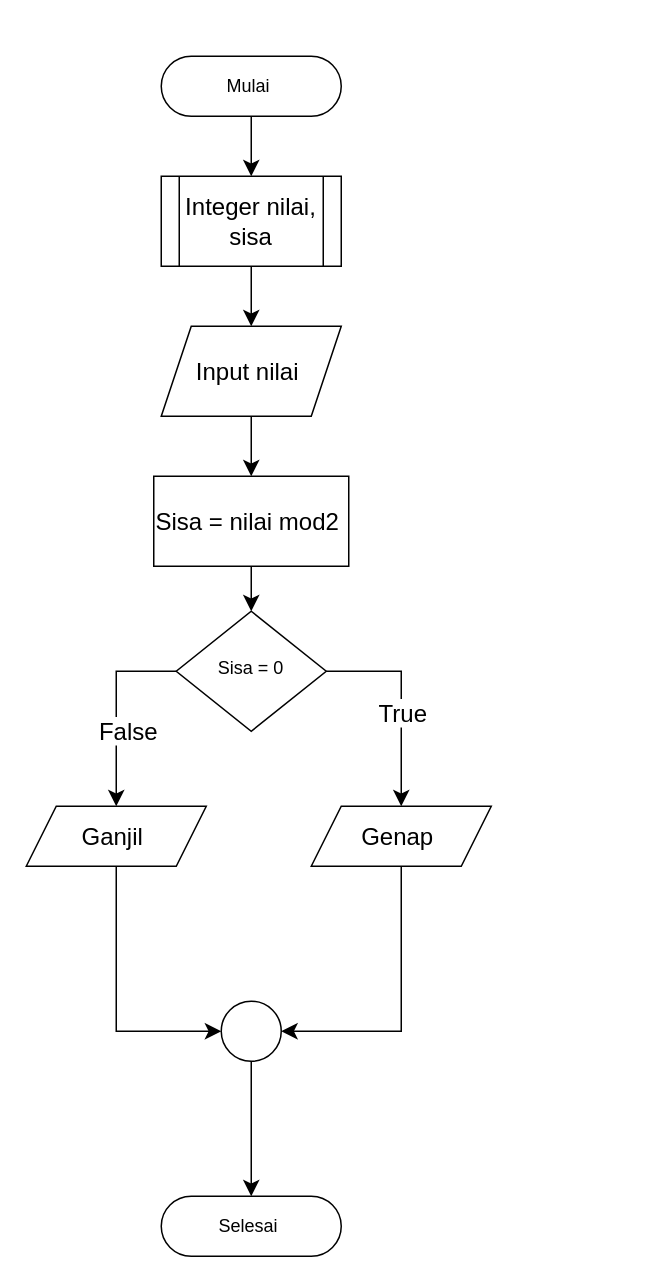
Earlier version of the draw.io diagram Tugas bilangan ganjil genap 23241091_1C.drawio (Xnowly/Algo_C_23241091). Source tidied: cells renumbered, new cells numbered last; positions are measured from the earlier drawing's top-left corner, leaving out a move shared by most shapes. Both pictures are drawn from the tidied source at 150%, with x=0, y=0 at pixel (26, 56).
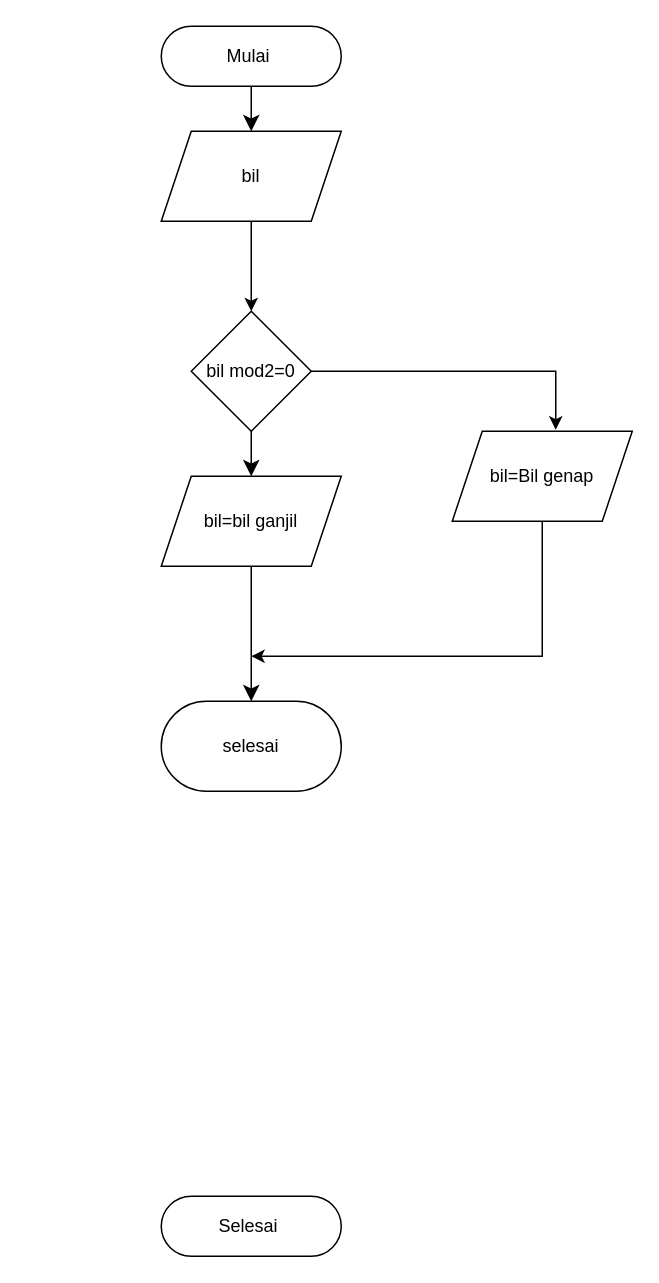
The same diagram, later.

Unchanged cells that the change refers to:
```xml
<mxCell id="3" value="Selesai&amp;nbsp;" style="rounded=1;whiteSpace=wrap;html=1;fontSize=12;glass=0;strokeWidth=1;shadow=0;arcSize=50;" parent="1" vertex="1">
  <mxGeometry x="90" y="760" width="120" height="40" as="geometry" />
</mxCell>
```

Change to the diagram source:
```diff
@@
-    <mxCell id="2" value="Sisa = 0" style="rhombus;whiteSpace=wrap;html=1;shadow=0;fontFamily=Helvetica;fontSize=12;align=center;strokeWidth=1;spacing=6;spacingTop=-4;" parent="1" vertex="1">
-      <mxGeometry x="100" y="370" width="100" height="80" as="geometry" />
-    </mxCell>
@@
     <mxCell id="4" value="Mulai&amp;nbsp;" style="rounded=1;whiteSpace=wrap;html=1;fontSize=12;glass=0;strokeWidth=1;shadow=0;arcSize=50;" parent="1" vertex="1">
-      <mxGeometry x="90" width="120" height="40" as="geometry" />
+      <mxGeometry x="90" y="-20" width="120" height="40" as="geometry" />
     </mxCell>
-    <mxCell id="5" value="Integer nilai, sisa" style="shape=process;whiteSpace=wrap;html=1;backgroundOutline=1;fontSize=16;" parent="1" vertex="1">
-      <mxGeometry x="90" y="80" width="120" height="60" as="geometry" />
-    </mxCell>
-    <mxCell id="6" value="Input nilai&amp;nbsp;" style="shape=parallelogram;perimeter=parallelogramPerimeter;whiteSpace=wrap;html=1;fixedSize=1;fontSize=16;" parent="1" vertex="1">
-      <mxGeometry x="90" y="180" width="120" height="60" as="geometry" />
-    </mxCell>
-    <mxCell id="7" value="Sisa = nilai mod2&amp;nbsp;" style="whiteSpace=wrap;html=1;fontSize=16;" parent="1" vertex="1">
-      <mxGeometry x="85" y="280" width="130" height="60" as="geometry" />
-    </mxCell>
-    <mxCell id="8" value="Ganjil&amp;nbsp;" style="shape=parallelogram;perimeter=parallelogramPerimeter;whiteSpace=wrap;html=1;fixedSize=1;fontSize=16;" parent="1" vertex="1">
-      <mxGeometry y="500" width="120" height="40" as="geometry" />
-    </mxCell>
-    <mxCell id="9" value="Genap&amp;nbsp;" style="shape=parallelogram;perimeter=parallelogramPerimeter;whiteSpace=wrap;html=1;fixedSize=1;fontSize=16;" parent="1" vertex="1">
-      <mxGeometry x="190" y="500" width="120" height="40" as="geometry" />
-    </mxCell>
-    <mxCell id="10" style="edgeStyle=none;curved=1;rounded=0;orthogonalLoop=1;jettySize=auto;html=1;entryX=1;entryY=0.5;entryDx=0;entryDy=0;fontSize=12;startSize=8;endSize=8;" parent="1" edge="1" source="11" target="11">
-      <mxGeometry relative="1" as="geometry" />
-    </mxCell>
-    <mxCell id="11" style="ellipse;whiteSpace=wrap;html=1;fontSize=16;" parent="1" vertex="1">
-      <mxGeometry x="130" y="630" width="40" height="40" as="geometry" />
-    </mxCell>
-    <mxCell id="12" style="edgeStyle=none;jettySize=auto;html=1;rounded=0;fontSize=12;startSize=8;endSize=8;curved=1;exitX=0.5;exitY=1;exitDx=0;exitDy=0;entryX=0.5;entryY=0;entryDx=0;entryDy=0;" parent="1" edge="1" source="4" target="5">
+    <mxCell id="12" style="edgeStyle=none;jettySize=auto;html=1;rounded=0;fontSize=12;startSize=8;endSize=8;curved=1;exitX=0.5;exitY=1;exitDx=0;exitDy=0;entryX=0.5;entryY=0;entryDx=0;entryDy=0;" parent="1" edge="1" source="4" target="24">
       <mxGeometry relative="1" as="geometry" />
     </mxCell>
-    <mxCell id="13" style="edgeStyle=none;jettySize=auto;html=1;rounded=0;fontSize=12;startSize=8;endSize=8;curved=1;exitX=0.5;exitY=1;exitDx=0;exitDy=0;entryX=0.5;entryY=0;entryDx=0;entryDy=0;" parent="1" edge="1" source="5" target="6">
-      <mxGeometry relative="1" as="geometry" />
-    </mxCell>
-    <mxCell id="14" style="edgeStyle=none;jettySize=auto;html=1;rounded=0;fontSize=12;startSize=8;endSize=8;curved=1;entryX=0.5;entryY=0;entryDx=0;entryDy=0;exitX=0.5;exitY=1;exitDx=0;exitDy=0;" parent="1" edge="1" source="7" target="2">
-      <mxGeometry relative="1" as="geometry" />
+    <mxCell id="14" style="edgeStyle=none;jettySize=auto;html=1;rounded=0;fontSize=12;startSize=8;endSize=8;curved=1;entryX=0.5;entryY=0;entryDx=0;entryDy=0;exitX=0.5;exitY=1;exitDx=0;exitDy=0;" parent="1" edge="1" target="30">
+      <mxGeometry relative="1" as="geometry">
+        <mxPoint x="150" y="340" as="sourcePoint" />
+      </mxGeometry>
     </mxCell>
-    <mxCell id="15" style="edgeStyle=none;jettySize=auto;html=1;rounded=0;fontSize=12;startSize=8;endSize=8;curved=1;exitX=0.5;exitY=1;exitDx=0;exitDy=0;entryX=0.5;entryY=0;entryDx=0;entryDy=0;" parent="1" edge="1" source="6" target="7">
-      <mxGeometry relative="1" as="geometry" />
+    <mxCell id="15" style="edgeStyle=none;jettySize=auto;html=1;rounded=0;fontSize=12;startSize=8;endSize=8;curved=1;exitX=0.5;exitY=1;exitDx=0;exitDy=0;entryX=0.5;entryY=0;entryDx=0;entryDy=0;" parent="1" edge="1" target="26">
+      <mxGeometry relative="1" as="geometry">
+        <mxPoint x="150" y="240" as="sourcePoint" />
+      </mxGeometry>
     </mxCell>
-    <mxCell id="16" style="edgeStyle=segmentEdgeStyle;endArrow=classic;html=1;curved=0;rounded=0;endSize=8;startSize=8;sourcePerimeterSpacing=0;targetPerimeterSpacing=0;fontSize=12;exitX=0;exitY=0.5;exitDx=0;exitDy=0;entryX=0.5;entryY=0;entryDx=0;entryDy=0;" parent="1" edge="1" source="2" target="8">
-      <mxGeometry relative="1" as="geometry">
-        <Array as="points">
-          <mxPoint x="60" y="410" />
-        </Array>
-      </mxGeometry>
-    </mxCell>
-    <mxCell id="17" value="False" style="edgeLabel;html=1;align=center;verticalAlign=middle;fontSize=16;" parent="16" vertex="1">
-      <mxGeometry x="0.22" y="7" relative="1" as="geometry" />
-    </mxCell>
-    <mxCell id="18" style="edgeStyle=segmentEdgeStyle;endArrow=classic;html=1;curved=0;rounded=0;endSize=8;startSize=8;sourcePerimeterSpacing=0;targetPerimeterSpacing=0;fontSize=12;exitX=1;exitY=0.5;exitDx=0;exitDy=0;entryX=0.5;entryY=0;entryDx=0;entryDy=0;" parent="1" edge="1" source="2" target="9">
-      <mxGeometry relative="1" as="geometry">
-        <Array as="points">
-          <mxPoint x="250" y="410" />
-        </Array>
-      </mxGeometry>
-    </mxCell>
-    <mxCell id="19" value="True" style="edgeLabel;html=1;align=center;verticalAlign=middle;fontSize=16;" parent="18" vertex="1">
-      <mxGeometry x="0.1" relative="1" as="geometry" />
-    </mxCell>
-    <mxCell id="20" style="edgeStyle=segmentEdgeStyle;endArrow=classic;html=1;curved=0;rounded=0;endSize=8;startSize=8;sourcePerimeterSpacing=0;targetPerimeterSpacing=0;fontSize=12;exitX=0.5;exitY=1;exitDx=0;exitDy=0;entryX=0;entryY=0.5;entryDx=0;entryDy=0;" parent="1" edge="1" source="8" target="11">
-      <mxGeometry relative="1" as="geometry">
-        <Array as="points">
-          <mxPoint x="60" y="650" />
-        </Array>
-      </mxGeometry>
-    </mxCell>
-    <mxCell id="21" style="edgeStyle=segmentEdgeStyle;endArrow=classic;html=1;curved=0;rounded=0;endSize=8;startSize=8;sourcePerimeterSpacing=0;targetPerimeterSpacing=0;fontSize=12;exitX=0.5;exitY=1;exitDx=0;exitDy=0;entryX=1;entryY=0.5;entryDx=0;entryDy=0;" parent="1" edge="1" source="9" target="11">
-      <mxGeometry relative="1" as="geometry">
-        <Array as="points">
-          <mxPoint x="250" y="650" />
-        </Array>
-      </mxGeometry>
-    </mxCell>
-    <mxCell id="22" style="edgeStyle=none;jettySize=auto;html=1;rounded=0;fontSize=12;startSize=8;endSize=8;curved=1;entryX=0.5;entryY=0;entryDx=0;entryDy=0;exitX=0.5;exitY=1;exitDx=0;exitDy=0;" parent="1" edge="1" source="11" target="3">
-      <mxGeometry relative="1" as="geometry" />
-    </mxCell>
+    <mxCell id="23" style="edgeStyle=orthogonalEdgeStyle;rounded=0;jettySize=auto;html=1;entryX=0.5;entryY=0;entryDx=0;entryDy=0;" parent="1" edge="1" source="24" target="25">
+      <mxGeometry relative="1" as="geometry" />
+    </mxCell>
+    <mxCell id="24" value="bil" style="shape=parallelogram;perimeter=parallelogramPerimeter;whiteSpace=wrap;html=1;fixedSize=1;" parent="1" vertex="1">
+      <mxGeometry x="90" y="50" width="120" height="60" as="geometry" />
+    </mxCell>
+    <mxCell id="25" value="&lt;div&gt;bil mod2=0&lt;/div&gt;" style="rhombus;whiteSpace=wrap;html=1;" parent="1" vertex="1">
+      <mxGeometry x="110" y="170" width="80" height="80" as="geometry" />
+    </mxCell>
+    <mxCell id="26" value="bil=bil ganjil" style="shape=parallelogram;perimeter=parallelogramPerimeter;whiteSpace=wrap;html=1;fixedSize=1;" parent="1" vertex="1">
+      <mxGeometry x="90" y="280" width="120" height="60" as="geometry" />
+    </mxCell>
+    <mxCell id="27" style="edgeStyle=orthogonalEdgeStyle;rounded=0;jettySize=auto;html=1;exitX=0.5;exitY=1;exitDx=0;exitDy=0;" parent="1" edge="1" source="28">
+      <mxGeometry relative="1" as="geometry">
+        <mxPoint x="150" y="400" as="targetPoint" />
+        <Array as="points">
+          <mxPoint x="344" y="400" />
+        </Array>
+      </mxGeometry>
+    </mxCell>
+    <mxCell id="28" value="bil=Bil genap" style="shape=parallelogram;perimeter=parallelogramPerimeter;whiteSpace=wrap;html=1;fixedSize=1;" parent="1" vertex="1">
+      <mxGeometry x="284" y="250" width="120" height="60" as="geometry" />
+    </mxCell>
+    <mxCell id="29" style="edgeStyle=orthogonalEdgeStyle;rounded=0;jettySize=auto;html=1;exitX=1;exitY=0.5;exitDx=0;exitDy=0;entryX=0.575;entryY=-0.017;entryDx=0;entryDy=0;entryPerimeter=0;" parent="1" edge="1" source="25" target="28">
+      <mxGeometry relative="1" as="geometry" />
+    </mxCell>
+    <mxCell id="30" value="selesai" style="rounded=1;whiteSpace=wrap;html=1;arcSize=50;" parent="1" vertex="1">
+      <mxGeometry x="90" y="430" width="120" height="60" as="geometry" />
+    </mxCell>
```
